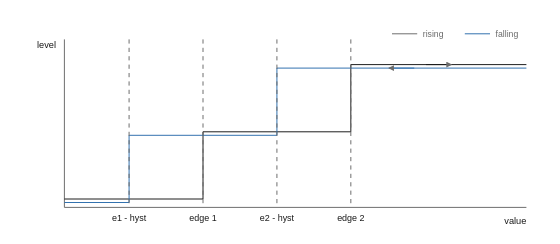
Above: images/logic/block_Hysteresis3.drawio.svg in pstch/botanik2 (draw.io), before the change. Source tidied: cells renumbered, new cells last; positions are measured from the earlier drawing's top-left corner, leaving out a move shared by most shapes.
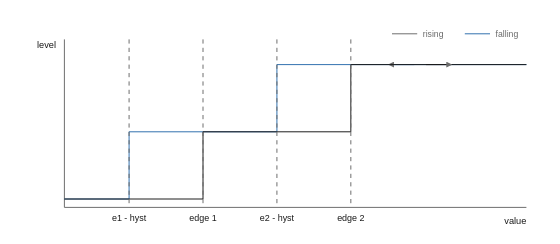
Above is the later version.

What changed in the source:
```diff
@@ -17,40 +17,40 @@
     <mxCell id="4" value="value" style="text;html=1;fontSize=6;fontColor=#1a1a1a;align=left;" parent="1" vertex="1">
       <mxGeometry x="336" y="133.4" width="40" height="10.6" as="geometry" />
     </mxCell>
-    <mxCell id="5" style="edgeStyle=none;html=1;strokeColor=#1a1a1a;endArrow=none;" parent="1" edge="1">
+    <mxCell id="5" style="edgeStyle=none;html=1;strokeColor=#2f6fae;endArrow=none;" parent="1" edge="1">
       <mxGeometry relative="1" as="geometry">
-        <mxPoint x="6" y="122" as="sourcePoint" />
-        <mxPoint x="336" y="26" as="targetPoint" />
+        <mxPoint x="336" y="26" as="sourcePoint" />
+        <mxPoint x="6" y="122" as="targetPoint" />
         <Array as="points">
-          <mxPoint x="105" y="122" />
-          <mxPoint x="105" y="74" />
-          <mxPoint x="210.6" y="74" />
-          <mxPoint x="210.6" y="26" />
+          <mxPoint x="157.8" y="26" />
+          <mxPoint x="157.8" y="74" />
+          <mxPoint x="52.2" y="74" />
+          <mxPoint x="52.2" y="122" />
         </Array>
       </mxGeometry>
     </mxCell>
-    <mxCell id="6" style="edgeStyle=none;html=1;strokeColor=#1a1a1a;endArrow=block;" parent="1" edge="1">
+    <mxCell id="6" style="edgeStyle=none;html=1;strokeColor=#2f6fae;endArrow=block;" parent="1" edge="1">
       <mxGeometry relative="1" as="geometry">
-        <mxPoint x="264.3" y="26" as="sourcePoint" />
-        <mxPoint x="282.3" y="26" as="targetPoint" />
+        <mxPoint x="255.9" y="26" as="sourcePoint" />
+        <mxPoint x="237.9" y="26" as="targetPoint" />
       </mxGeometry>
     </mxCell>
-    <mxCell id="7" style="edgeStyle=none;html=1;strokeColor=#2f6fae;endArrow=none;" parent="1" edge="1">
+    <mxCell id="7" style="edgeStyle=none;html=1;strokeColor=#1a1a1a;endArrow=none;" parent="1" edge="1">
       <mxGeometry relative="1" as="geometry">
-        <mxPoint x="336" y="28.5" as="sourcePoint" />
-        <mxPoint x="6" y="124.5" as="targetPoint" />
+        <mxPoint x="6" y="122" as="sourcePoint" />
+        <mxPoint x="336" y="26" as="targetPoint" />
         <Array as="points">
-          <mxPoint x="157.8" y="28.5" />
-          <mxPoint x="157.8" y="76.5" />
-          <mxPoint x="52.2" y="76.5" />
-          <mxPoint x="52.2" y="124.5" />
+          <mxPoint x="105" y="122" />
+          <mxPoint x="105" y="74" />
+          <mxPoint x="210.6" y="74" />
+          <mxPoint x="210.6" y="26" />
         </Array>
       </mxGeometry>
     </mxCell>
-    <mxCell id="8" style="edgeStyle=none;html=1;strokeColor=#2f6fae;endArrow=block;" parent="1" edge="1">
+    <mxCell id="8" style="edgeStyle=none;html=1;strokeColor=#1a1a1a;endArrow=block;" parent="1" edge="1">
       <mxGeometry relative="1" as="geometry">
-        <mxPoint x="255.9" y="28.5" as="sourcePoint" />
-        <mxPoint x="237.9" y="28.5" as="targetPoint" />
+        <mxPoint x="264.3" y="26" as="sourcePoint" />
+        <mxPoint x="282.3" y="26" as="targetPoint" />
       </mxGeometry>
     </mxCell>
     <mxCell id="9" style="edgeStyle=none;html=1;strokeColor=#6b6b6b;endArrow=none;" parent="1" edge="1">
```
